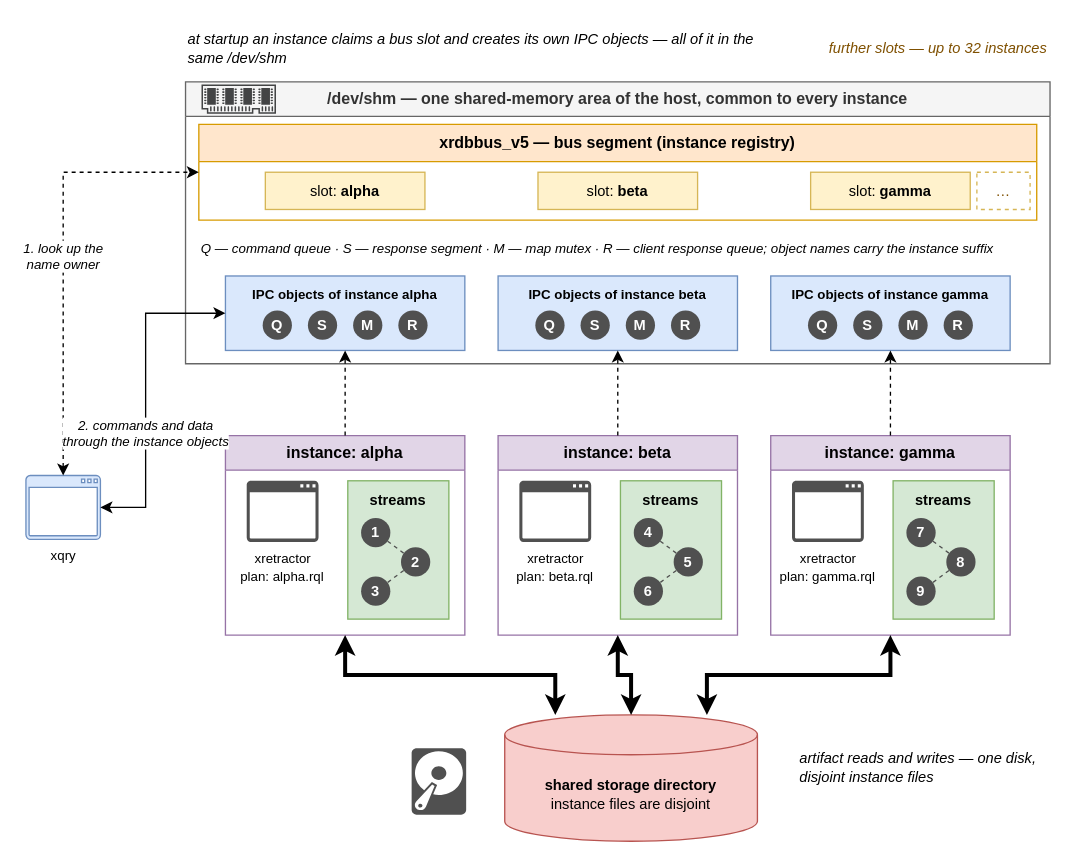
michalwidera/documentation-rdb keeps this draw.io diagram as page "Simple bus - icons" (12 of 12) of assets/zrodlo-rysunkow.drawio. Above is the earlier version. Source tidied: cells renumbered, new cells numbered last; positions are measured from the earlier drawing's top-left corner, leaving out a move shared by most shapes. Both pictures are drawn from the tidied source at 133%, with x=0, y=0 at pixel (25, 23).
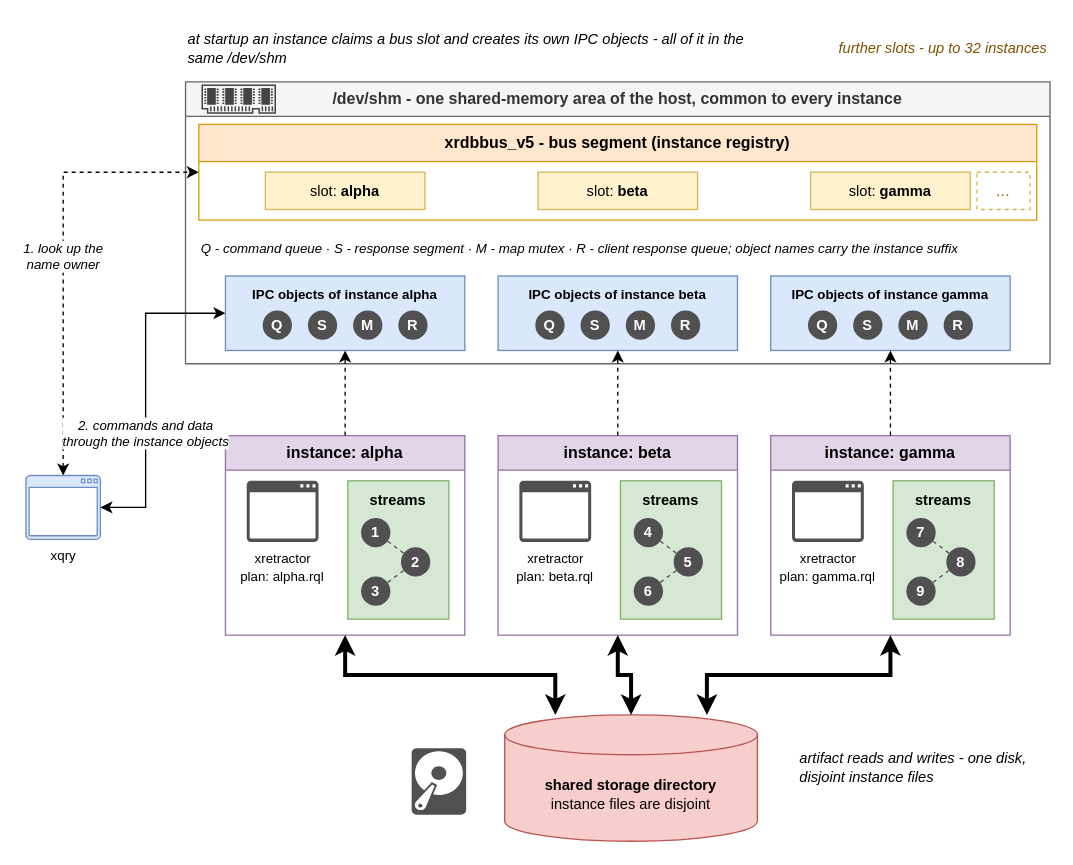
The same page after the edit.

Change to the diagram source:
```diff
@@
-    <mxCell id="2" value="at startup an instance claims a bus slot and creates its own IPC objects — all of it in the same /dev/shm" style="text;html=1;whiteSpace=wrap;overflow=hidden;align=left;verticalAlign=middle;fontSize=11;fontStyle=2;" parent="1" vertex="1">
+    <mxCell id="2" value="at startup an instance claims a bus slot and creates its own IPC objects - all of it in the same /dev/shm" style="text;html=1;whiteSpace=wrap;overflow=hidden;align=left;verticalAlign=middle;fontSize=11;fontStyle=2;" parent="1" vertex="1">
       <mxGeometry x="120" width="430" height="38" as="geometry" />
     </mxCell>
-    <mxCell id="3" value="further slots — up to 32 instances" style="text;html=1;whiteSpace=wrap;overflow=hidden;align=right;verticalAlign=middle;fontSize=11;fontStyle=2;fontColor=#7F5000;" parent="1" vertex="1">
+    <mxCell id="3" value="further slots - up to 32 instances" style="text;html=1;whiteSpace=wrap;overflow=hidden;align=right;verticalAlign=middle;fontSize=11;fontStyle=2;fontColor=#7F5000;" parent="1" vertex="1">
       <mxGeometry x="560" width="210" height="38" as="geometry" />
     </mxCell>
-    <mxCell id="4" value="&lt;b&gt;/dev/shm&lt;/b&gt; — one shared-memory area of the host, common to every instance" style="swimlane;whiteSpace=wrap;html=1;fillColor=#f5f5f5;strokeColor=#666666;fontColor=#333333;startSize=26;" parent="1" vertex="1">
+    <mxCell id="4" value="&lt;b&gt;/dev/shm&lt;/b&gt; - one shared-memory area of the host, common to every instance" style="swimlane;whiteSpace=wrap;html=1;fillColor=#f5f5f5;strokeColor=#666666;fontColor=#333333;startSize=26;" parent="1" vertex="1">
       <mxGeometry x="120" y="44" width="650" height="212" as="geometry" />
     </mxCell>
@@
-    <mxCell id="6" value="&lt;b&gt;xrdbbus_v5&lt;/b&gt; — bus segment (instance registry)" style="swimlane;whiteSpace=wrap;html=1;fillColor=#ffe6cc;strokeColor=#d79b00;startSize=28;" parent="4" vertex="1">
+    <mxCell id="6" value="&lt;b&gt;xrdbbus_v5&lt;/b&gt; - bus segment (instance registry)" style="swimlane;whiteSpace=wrap;html=1;fillColor=#ffe6cc;strokeColor=#d79b00;startSize=28;" parent="4" vertex="1">
       <mxGeometry x="10" y="32" width="630" height="72" as="geometry" />
     </mxCell>
@@
-    <mxCell id="26" value="Q — command queue · S — response segment · M — map mutex · R — client response queue; object names carry the instance suffix" style="text;html=1;whiteSpace=wrap;overflow=hidden;align=left;verticalAlign=middle;fontSize=10;fontStyle=2;" parent="4" vertex="1">
+    <mxCell id="26" value="Q - command queue · S - response segment · M - map mutex · R - client response queue; object names carry the instance suffix" style="text;html=1;whiteSpace=wrap;overflow=hidden;align=left;verticalAlign=middle;fontSize=10;fontStyle=2;" parent="4" vertex="1">
       <mxGeometry x="10" y="110" width="630" height="30" as="geometry" />
     </mxCell>
@@
-    <mxCell id="62" value="artifact reads and writes — one disk, disjoint instance files" style="text;html=1;whiteSpace=wrap;overflow=hidden;align=left;verticalAlign=middle;fontSize=11;fontStyle=2;" parent="1" vertex="1">
+    <mxCell id="62" value="artifact reads and writes - one disk, disjoint instance files" style="text;html=1;whiteSpace=wrap;overflow=hidden;align=left;verticalAlign=middle;fontSize=11;fontStyle=2;" parent="1" vertex="1">
       <mxGeometry x="580" y="535" width="180" height="50" as="geometry" />
     </mxCell>
```
